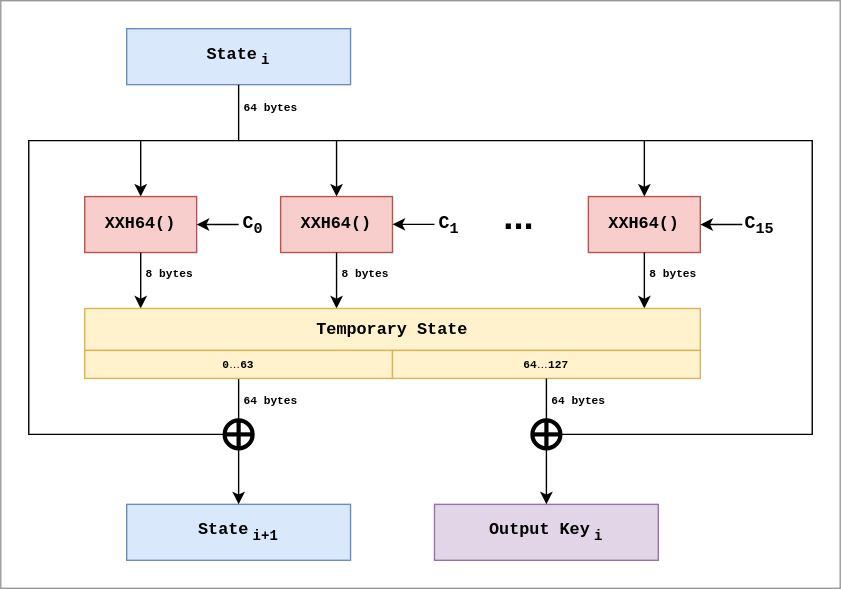
The draw.io diagram etc/images/xxh64-prng-core.svg in dEajL3kA/xxh-prng, before a commit. Source tidied: cells renumbered, new cells last; positions are measured from the earlier drawing's top-left corner, leaving out a move shared by most shapes.
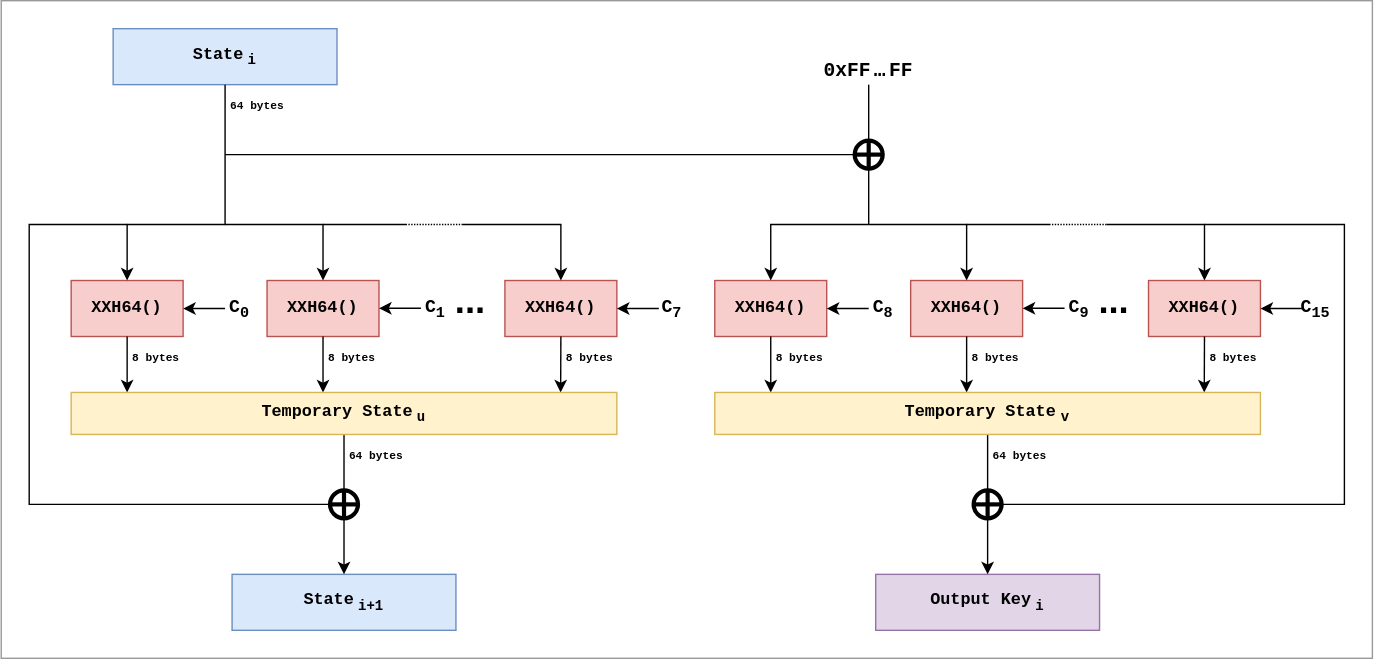
Later version of the same file.

The edit, as a diff of the source:
```diff
@@ -5,6 +5,6 @@
     <mxCell id="2" style="rounded=0;whiteSpace=wrap;html=1;fillColor=none;strokeColor=#999999;" parent="1" vertex="1">
-      <mxGeometry width="600" height="420" as="geometry" />
+      <mxGeometry x="10" y="-60" width="980" height="470" as="geometry" />
     </mxCell>
     <mxCell id="3" value="&lt;b&gt;&lt;font face=&quot;Courier New&quot;&gt;State&lt;sub&gt;&lt;font style=&quot;font-size: 5px;&quot;&gt;&amp;nbsp;&lt;/font&gt;i&lt;/sub&gt;&lt;/font&gt;&lt;/b&gt;" style="rounded=0;whiteSpace=wrap;html=1;fillColor=#dae8fc;strokeColor=#6c8ebf;" parent="1" vertex="1">
-      <mxGeometry x="90" y="20" width="160" height="40" as="geometry" />
+      <mxGeometry x="90" y="-40" width="160" height="40" as="geometry" />
     </mxCell>
@@ -33,3 +33,3 @@
     <mxCell id="8" value="&lt;font style=&quot;font-size: 26px;&quot;&gt;...&lt;/font&gt;" style="text;strokeColor=none;fillColor=none;html=1;fontSize=24;fontStyle=1;verticalAlign=middle;align=center;" parent="1" vertex="1">
-      <mxGeometry x="320" y="140" width="100" height="30" as="geometry" />
+      <mxGeometry x="320" y="140" width="50" height="30" as="geometry" />
     </mxCell>
@@ -49,3 +49,3 @@
     <mxCell id="12" value="&lt;font face=&quot;Courier New&quot; style=&quot;font-size: 8px;&quot;&gt;64 bytes&lt;/font&gt;" style="text;strokeColor=none;fillColor=none;html=1;fontSize=24;fontStyle=1;verticalAlign=middle;align=left;" parent="1" vertex="1">
-      <mxGeometry x="172" y="61" width="90" height="20" as="geometry" />
+      <mxGeometry x="172" width="90" height="20" as="geometry" />
     </mxCell>
@@ -55,3 +55,3 @@
     <mxCell id="14" value="&lt;b&gt;&lt;font face=&quot;Courier New&quot;&gt;State&lt;sub&gt;&lt;font style=&quot;font-size: 5px;&quot;&gt;&amp;nbsp;&lt;/font&gt;i+1&lt;/sub&gt;&lt;/font&gt;&lt;/b&gt;" style="rounded=0;whiteSpace=wrap;html=1;fillColor=#dae8fc;strokeColor=#6c8ebf;" parent="1" vertex="1">
-      <mxGeometry x="90" y="360" width="160" height="40" as="geometry" />
+      <mxGeometry x="175" y="350" width="160" height="40" as="geometry" />
     </mxCell>
@@ -61,5 +61,5 @@
     <mxCell id="16" style="shape=orEllipse;perimeter=ellipsePerimeter;whiteSpace=wrap;html=1;backgroundOutline=1;strokeWidth=3;" parent="1" vertex="1">
-      <mxGeometry x="160" y="300" width="20" height="20" as="geometry" />
+      <mxGeometry x="245" y="290" width="20" height="20" as="geometry" />
     </mxCell>
-    <mxCell id="17" style="endArrow=none;html=1;rounded=0;exitX=0.5;exitY=0;exitDx=0;exitDy=0;entryX=0.5;entryY=1;entryDx=0;entryDy=0;" parent="1" edge="1" source="16" target="30">
+    <mxCell id="17" style="endArrow=none;html=1;rounded=0;exitX=0.5;exitY=0;exitDx=0;exitDy=0;entryX=0.5;entryY=1;entryDx=0;entryDy=0;" parent="1" edge="1" source="16" target="29">
       <mxGeometry relative="1" as="geometry" />
@@ -70,4 +70,4 @@
         <Array as="points">
-          <mxPoint x="20" y="310" />
-          <mxPoint x="20" y="100" />
+          <mxPoint x="30" y="300" />
+          <mxPoint x="30" y="100" />
         </Array>
@@ -85,3 +85,3 @@
     <mxCell id="21" value="XXH64()" style="rounded=0;whiteSpace=wrap;html=1;fillColor=#f8cecc;strokeColor=#b85450;fontFamily=Courier New;fontStyle=1;" parent="1" vertex="1">
-      <mxGeometry x="420" y="140" width="80" height="40" as="geometry" />
+      <mxGeometry x="370" y="140" width="80" height="40" as="geometry" />
     </mxCell>
@@ -89,7 +89,7 @@
       <mxGeometry relative="1" as="geometry">
-        <mxPoint x="530" y="160" as="sourcePoint" />
+        <mxPoint x="480" y="160" as="sourcePoint" />
       </mxGeometry>
     </mxCell>
-    <mxCell id="23" value="&lt;font style=&quot;font-size: 13px;&quot; face=&quot;Courier New&quot;&gt;C&lt;sub&gt;&lt;font&gt;15&lt;/font&gt;&lt;/sub&gt;&lt;/font&gt;" style="text;strokeColor=none;fillColor=none;html=1;fontSize=24;fontStyle=1;verticalAlign=middle;align=center;" parent="1" vertex="1">
-      <mxGeometry x="532" y="140" width="20" height="30" as="geometry" />
+    <mxCell id="23" value="&lt;font style=&quot;font-size: 13px;&quot; face=&quot;Courier New&quot;&gt;C&lt;sub&gt;&lt;font&gt;7&lt;/font&gt;&lt;/sub&gt;&lt;/font&gt;" style="text;strokeColor=none;fillColor=none;html=1;fontSize=24;fontStyle=1;verticalAlign=middle;align=center;" parent="1" vertex="1">
+      <mxGeometry x="479" y="140" width="20" height="30" as="geometry" />
     </mxCell>
@@ -97,5 +97,5 @@
       <mxGeometry relative="1" as="geometry">
-        <mxPoint x="240" y="100" as="sourcePoint" />
+        <mxPoint x="340" y="100" as="sourcePoint" />
         <Array as="points">
-          <mxPoint x="460" y="100" />
+          <mxPoint x="410" y="100" />
         </Array>
@@ -111,47 +111,168 @@
     </mxCell>
-    <mxCell id="27" style="endArrow=classic;html=1;rounded=0;exitX=0.5;exitY=1;exitDx=0;exitDy=0;" parent="1" edge="1">
-      <mxGeometry relative="1" as="geometry">
-        <mxPoint x="460" y="180" as="sourcePoint" />
-        <mxPoint x="460" y="220" as="targetPoint" />
-      </mxGeometry>
+    <mxCell id="27" style="endArrow=classic;html=1;rounded=0;exitX=0.5;exitY=1;exitDx=0;exitDy=0;entryX=0.897;entryY=0;entryDx=0;entryDy=0;entryPerimeter=0;" parent="1" edge="1" source="21" target="29">
+      <mxGeometry relative="1" as="geometry" />
     </mxCell>
     <mxCell id="28" value="&lt;font style=&quot;font-size: 8px;&quot; face=&quot;Courier New&quot;&gt;8&lt;/font&gt;&lt;font style=&quot;font-size: 8px;&quot; face=&quot;Courier New&quot;&gt;&amp;nbsp;&lt;/font&gt;&lt;font face=&quot;Courier New&quot; style=&quot;font-size: 8px;&quot;&gt;bytes&lt;/font&gt;" style="text;strokeColor=none;fillColor=none;html=1;fontSize=24;fontStyle=1;verticalAlign=middle;align=left;" parent="1" vertex="1">
-      <mxGeometry x="462" y="180" width="90" height="20" as="geometry" />
+      <mxGeometry x="412" y="180" width="90" height="20" as="geometry" />
     </mxCell>
-    <mxCell id="29" value="&lt;font face=&quot;Courier New&quot;&gt;&lt;b&gt;Temporary State&lt;/b&gt;&lt;/font&gt;" style="rounded=0;whiteSpace=wrap;html=1;fillColor=#fff2cc;strokeColor=#d6b656;" parent="1" vertex="1">
-      <mxGeometry x="60" y="220" width="440" height="30" as="geometry" />
+    <mxCell id="29" value="&lt;font face=&quot;Courier New&quot;&gt;&lt;b&gt;Temporary State&lt;sub&gt;&lt;font style=&quot;font-size: 5px;&quot;&gt;&amp;nbsp;&lt;/font&gt;u&lt;/sub&gt;&lt;/b&gt;&lt;/font&gt;" style="rounded=0;whiteSpace=wrap;html=1;fillColor=#fff2cc;strokeColor=#d6b656;" parent="1" vertex="1">
+      <mxGeometry x="60" y="220" width="390" height="30" as="geometry" />
     </mxCell>
-    <mxCell id="30" value="&lt;font style=&quot;font-size: 8px;&quot; face=&quot;Courier New&quot;&gt;&lt;b&gt;&lt;font&gt;&lt;font&gt;0&lt;/font&gt;&lt;/font&gt;&lt;/b&gt;&lt;/font&gt;&lt;font style=&quot;font-size: 8px;&quot;&gt;…&lt;font face=&quot;Courier New&quot;&gt;&lt;b&gt;63&lt;/b&gt;&lt;/font&gt;&lt;/font&gt;" style="rounded=0;whiteSpace=wrap;html=1;fillColor=#fff2cc;strokeColor=#d6b656;fontSize=11;spacingBottom=0;spacingTop=-3;" parent="1" vertex="1">
-      <mxGeometry x="60" y="250" width="220" height="20" as="geometry" />
-    </mxCell>
-    <mxCell id="31" value="&lt;font style=&quot;font-size: 8px;&quot; face=&quot;Courier New&quot;&gt;&lt;b&gt;64&lt;/b&gt;&lt;/font&gt;&lt;font style=&quot;font-size: 8px;&quot;&gt;…&lt;font face=&quot;Courier New&quot;&gt;&lt;b&gt;127&lt;/b&gt;&lt;/font&gt;&lt;/font&gt;" style="rounded=0;whiteSpace=wrap;html=1;fillColor=#fff2cc;strokeColor=#d6b656;fontSize=11;spacingBottom=0;spacingTop=-3;" parent="1" vertex="1">
-      <mxGeometry x="280" y="250" width="220" height="20" as="geometry" />
-    </mxCell>
-    <mxCell id="32" style="shape=orEllipse;perimeter=ellipsePerimeter;whiteSpace=wrap;html=1;backgroundOutline=1;strokeWidth=3;" parent="1" vertex="1">
-      <mxGeometry x="380" y="300" width="20" height="20" as="geometry" />
-    </mxCell>
     <mxCell id="33" value="&lt;font face=&quot;Courier New&quot; style=&quot;font-size: 8px;&quot;&gt;64 bytes&lt;/font&gt;" style="text;strokeColor=none;fillColor=none;html=1;fontSize=24;fontStyle=1;verticalAlign=middle;align=left;" parent="1" vertex="1">
-      <mxGeometry x="172" y="271" width="90" height="20" as="geometry" />
+      <mxGeometry x="257" y="250" width="90" height="20" as="geometry" />
     </mxCell>
-    <mxCell id="34" style="endArrow=none;html=1;rounded=0;exitX=0.5;exitY=0;exitDx=0;exitDy=0;entryX=0.5;entryY=1;entryDx=0;entryDy=0;" parent="1" edge="1" source="32" target="31">
-      <mxGeometry relative="1" as="geometry" />
-    </mxCell>
+    <mxCell id="37" value="&lt;font face=&quot;Courier New&quot;&gt;&lt;b&gt;Output Key&lt;/b&gt;&lt;/font&gt;&lt;b&gt;&lt;font face=&quot;Courier New&quot;&gt;&lt;sub&gt;&lt;font style=&quot;font-size: 5px;&quot;&gt;&amp;nbsp;&lt;/font&gt;i&lt;/sub&gt;&lt;/font&gt;&lt;/b&gt;" style="rounded=0;whiteSpace=wrap;html=1;fillColor=#e1d5e7;strokeColor=#9673a6;" parent="1" vertex="1">
+      <mxGeometry x="635" y="350" width="160" height="40" as="geometry" />
+    </mxCell>
+    <mxCell id="39" value="XXH64()" style="rounded=0;whiteSpace=wrap;html=1;fillColor=#f8cecc;strokeColor=#b85450;fontFamily=Courier New;fontStyle=1;" parent="1" vertex="1">
+      <mxGeometry x="520" y="140" width="80" height="40" as="geometry" />
+    </mxCell>
+    <mxCell id="40" value="XXH64()" style="rounded=0;whiteSpace=wrap;html=1;fillColor=#f8cecc;strokeColor=#b85450;fontFamily=Courier New;fontStyle=1;" parent="1" vertex="1">
+      <mxGeometry x="660" y="140" width="80" height="40" as="geometry" />
+    </mxCell>
+    <mxCell id="41" style="endArrow=classic;html=1;rounded=0;entryX=0.5;entryY=0;entryDx=0;entryDy=0;" parent="1" edge="1" target="39">
+      <mxGeometry relative="1" as="geometry">
+        <mxPoint x="630" y="100" as="sourcePoint" />
+        <Array as="points">
+          <mxPoint x="630" y="100" />
+          <mxPoint x="560" y="100" />
+        </Array>
+      </mxGeometry>
+    </mxCell>
+    <mxCell id="42" style="endArrow=classic;html=1;rounded=0;entryX=0.5;entryY=0;entryDx=0;entryDy=0;" parent="1" edge="1" target="40">
+      <mxGeometry relative="1" as="geometry">
+        <mxPoint x="630" y="100" as="sourcePoint" />
+        <Array as="points">
+          <mxPoint x="700" y="100" />
+        </Array>
+      </mxGeometry>
+    </mxCell>
+    <mxCell id="43" value="&lt;font style=&quot;font-size: 26px;&quot;&gt;...&lt;/font&gt;" style="text;strokeColor=none;fillColor=none;html=1;fontSize=24;fontStyle=1;verticalAlign=middle;align=center;" parent="1" vertex="1">
+      <mxGeometry x="780" y="140" width="50" height="30" as="geometry" />
+    </mxCell>
+    <mxCell id="44" style="endArrow=classic;html=1;rounded=0;entryX=1;entryY=0.5;entryDx=0;entryDy=0;" parent="1" edge="1" target="39">
+      <mxGeometry relative="1" as="geometry">
+        <mxPoint x="630" y="160" as="sourcePoint" />
+      </mxGeometry>
+    </mxCell>
+    <mxCell id="45" value="&lt;font style=&quot;font-size: 13px;&quot; face=&quot;Courier New&quot;&gt;C&lt;sub&gt;8&lt;/sub&gt;&lt;/font&gt;" style="text;strokeColor=none;fillColor=none;html=1;fontSize=24;fontStyle=1;verticalAlign=middle;align=center;" parent="1" vertex="1">
+      <mxGeometry x="630" y="140" width="20" height="30" as="geometry" />
+    </mxCell>
+    <mxCell id="46" style="endArrow=classic;html=1;rounded=0;exitX=0.5;exitY=1;exitDx=0;exitDy=0;" parent="1" edge="1" source="39">
+      <mxGeometry relative="1" as="geometry">
+        <mxPoint x="560" y="220" as="targetPoint" />
+      </mxGeometry>
+    </mxCell>
+    <mxCell id="47" value="&lt;font style=&quot;font-size: 8px;&quot; face=&quot;Courier New&quot;&gt;8&lt;/font&gt;&lt;font style=&quot;font-size: 8px;&quot; face=&quot;Courier New&quot;&gt;&amp;nbsp;&lt;/font&gt;&lt;font face=&quot;Courier New&quot; style=&quot;font-size: 8px;&quot;&gt;bytes&lt;/font&gt;" style="text;strokeColor=none;fillColor=none;html=1;fontSize=24;fontStyle=1;verticalAlign=middle;align=left;" parent="1" vertex="1">
+      <mxGeometry x="562" y="180" width="90" height="20" as="geometry" />
+    </mxCell>
+    <mxCell id="48" style="endArrow=classic;html=1;rounded=0;exitX=0.5;exitY=1;exitDx=0;exitDy=0;entryX=0.5;entryY=0;entryDx=0;entryDy=0;" parent="1" edge="1" source="49" target="37">
+      <mxGeometry relative="1" as="geometry" />
+    </mxCell>
+    <mxCell id="49" style="shape=orEllipse;perimeter=ellipsePerimeter;whiteSpace=wrap;html=1;backgroundOutline=1;strokeWidth=3;" parent="1" vertex="1">
+      <mxGeometry x="705" y="290" width="20" height="20" as="geometry" />
+    </mxCell>
+    <mxCell id="50" style="endArrow=none;html=1;rounded=0;exitX=0.5;exitY=0;exitDx=0;exitDy=0;entryX=0.5;entryY=1;entryDx=0;entryDy=0;" parent="1" edge="1" source="49" target="62">
+      <mxGeometry relative="1" as="geometry" />
+    </mxCell>
+    <mxCell id="51" style="endArrow=none;html=1;rounded=0;exitX=1;exitY=0.5;exitDx=0;exitDy=0;" parent="1" edge="1" source="49">
+      <mxGeometry relative="1" as="geometry">
+        <mxPoint x="870" y="100" as="targetPoint" />
+        <Array as="points">
+          <mxPoint x="970" y="300" />
+          <mxPoint x="970" y="100" />
+        </Array>
+      </mxGeometry>
+    </mxCell>
+    <mxCell id="52" style="endArrow=classic;html=1;rounded=0;entryX=1;entryY=0.5;entryDx=0;entryDy=0;" parent="1" edge="1">
+      <mxGeometry relative="1" as="geometry">
+        <mxPoint x="770" y="159.9" as="sourcePoint" />
+        <mxPoint x="740" y="159.9" as="targetPoint" />
+      </mxGeometry>
+    </mxCell>
+    <mxCell id="53" value="&lt;font style=&quot;font-size: 13px;&quot; face=&quot;Courier New&quot;&gt;C&lt;sub&gt;9&lt;/sub&gt;&lt;/font&gt;" style="text;strokeColor=none;fillColor=none;html=1;fontSize=24;fontStyle=1;verticalAlign=middle;align=center;" parent="1" vertex="1">
+      <mxGeometry x="770" y="140" width="20" height="30" as="geometry" />
+    </mxCell>
+    <mxCell id="54" value="XXH64()" style="rounded=0;whiteSpace=wrap;html=1;fillColor=#f8cecc;strokeColor=#b85450;fontFamily=Courier New;fontStyle=1;" parent="1" vertex="1">
+      <mxGeometry x="830" y="140" width="80" height="40" as="geometry" />
+    </mxCell>
+    <mxCell id="55" style="endArrow=classic;html=1;rounded=0;entryX=1;entryY=0.5;entryDx=0;entryDy=0;" parent="1" edge="1" target="54">
+      <mxGeometry relative="1" as="geometry">
+        <mxPoint x="940" y="160" as="sourcePoint" />
+      </mxGeometry>
+    </mxCell>
+    <mxCell id="56" value="&lt;font style=&quot;font-size: 13px;&quot; face=&quot;Courier New&quot;&gt;C&lt;sub&gt;15&lt;/sub&gt;&lt;/font&gt;" style="text;strokeColor=none;fillColor=none;html=1;fontSize=24;fontStyle=1;verticalAlign=middle;align=center;" parent="1" vertex="1">
+      <mxGeometry x="939" y="140" width="20" height="30" as="geometry" />
+    </mxCell>
+    <mxCell id="57" style="endArrow=classic;html=1;rounded=0;entryX=0.5;entryY=0;entryDx=0;entryDy=0;" parent="1" edge="1" target="54">
+      <mxGeometry relative="1" as="geometry">
+        <mxPoint x="800" y="100" as="sourcePoint" />
+        <Array as="points">
+          <mxPoint x="870" y="100" />
+        </Array>
+      </mxGeometry>
+    </mxCell>
+    <mxCell id="58" style="endArrow=classic;html=1;rounded=0;exitX=0.5;exitY=1;exitDx=0;exitDy=0;" parent="1" edge="1" source="40">
+      <mxGeometry relative="1" as="geometry">
+        <mxPoint x="700" y="220" as="targetPoint" />
+      </mxGeometry>
+    </mxCell>
+    <mxCell id="59" value="&lt;font style=&quot;font-size: 8px;&quot; face=&quot;Courier New&quot;&gt;8&lt;/font&gt;&lt;font style=&quot;font-size: 8px;&quot; face=&quot;Courier New&quot;&gt;&amp;nbsp;&lt;/font&gt;&lt;font face=&quot;Courier New&quot; style=&quot;font-size: 8px;&quot;&gt;bytes&lt;/font&gt;" style="text;strokeColor=none;fillColor=none;html=1;fontSize=24;fontStyle=1;verticalAlign=middle;align=left;" parent="1" vertex="1">
+      <mxGeometry x="702" y="180" width="90" height="20" as="geometry" />
+    </mxCell>
+    <mxCell id="60" style="endArrow=classic;html=1;rounded=0;exitX=0.5;exitY=1;exitDx=0;exitDy=0;entryX=0.897;entryY=0;entryDx=0;entryDy=0;entryPerimeter=0;" parent="1" edge="1" source="54" target="62">
+      <mxGeometry relative="1" as="geometry" />
+    </mxCell>
+    <mxCell id="61" value="&lt;font style=&quot;font-size: 8px;&quot; face=&quot;Courier New&quot;&gt;8&lt;/font&gt;&lt;font style=&quot;font-size: 8px;&quot; face=&quot;Courier New&quot;&gt;&amp;nbsp;&lt;/font&gt;&lt;font face=&quot;Courier New&quot; style=&quot;font-size: 8px;&quot;&gt;bytes&lt;/font&gt;" style="text;strokeColor=none;fillColor=none;html=1;fontSize=24;fontStyle=1;verticalAlign=middle;align=left;" parent="1" vertex="1">
+      <mxGeometry x="872" y="180" width="90" height="20" as="geometry" />
+    </mxCell>
+    <mxCell id="62" value="&lt;font face=&quot;Courier New&quot;&gt;&lt;b&gt;Temporary State&lt;sub&gt;&lt;font style=&quot;font-size: 6px;&quot;&gt;&amp;nbsp;&lt;/font&gt;v&lt;/sub&gt;&lt;/b&gt;&lt;/font&gt;" style="rounded=0;whiteSpace=wrap;html=1;fillColor=#fff2cc;strokeColor=#d6b656;" parent="1" vertex="1">
+      <mxGeometry x="520" y="220" width="390" height="30" as="geometry" />
+    </mxCell>
     <mxCell id="35" value="&lt;font face=&quot;Courier New&quot; style=&quot;font-size: 8px;&quot;&gt;64 bytes&lt;/font&gt;" style="text;strokeColor=none;fillColor=none;html=1;fontSize=24;fontStyle=1;verticalAlign=middle;align=left;" parent="1" vertex="1">
-      <mxGeometry x="392" y="271" width="90" height="20" as="geometry" />
+      <mxGeometry x="717" y="250" width="90" height="20" as="geometry" />
     </mxCell>
-    <mxCell id="36" style="endArrow=none;html=1;rounded=0;exitX=1;exitY=0.5;exitDx=0;exitDy=0;" parent="1" edge="1" source="32">
-      <mxGeometry relative="1" as="geometry">
-        <mxPoint x="460" y="100" as="targetPoint" />
-        <Array as="points">
-          <mxPoint x="580" y="310" />
-          <mxPoint x="580" y="100" />
-        </Array>
-      </mxGeometry>
-    </mxCell>
-    <mxCell id="37" value="&lt;font face=&quot;Courier New&quot;&gt;&lt;b&gt;Output Key&lt;/b&gt;&lt;/font&gt;&lt;b&gt;&lt;font face=&quot;Courier New&quot;&gt;&lt;sub&gt;&lt;font style=&quot;font-size: 5px;&quot;&gt;&amp;nbsp;&lt;/font&gt;i&lt;/sub&gt;&lt;/font&gt;&lt;/b&gt;" style="rounded=0;whiteSpace=wrap;html=1;fillColor=#e1d5e7;strokeColor=#9673a6;" parent="1" vertex="1">
-      <mxGeometry x="310" y="360" width="160" height="40" as="geometry" />
-    </mxCell>
-    <mxCell id="38" style="endArrow=classic;html=1;rounded=0;exitX=0.5;exitY=1;exitDx=0;exitDy=0;" parent="1" edge="1" source="32" target="37">
-      <mxGeometry relative="1" as="geometry" />
-    </mxCell>
+    <mxCell id="63" style="endArrow=none;html=1;rounded=0;" parent="1" edge="1">
+      <mxGeometry relative="1" as="geometry">
+        <mxPoint x="300" y="100" as="sourcePoint" />
+        <mxPoint x="240" y="100" as="targetPoint" />
+      </mxGeometry>
+    </mxCell>
+    <mxCell id="64" style="endArrow=none;dashed=1;html=1;dashPattern=1 1;strokeWidth=1;rounded=0;" parent="1" edge="1">
+      <mxGeometry relative="1" as="geometry">
+        <mxPoint x="340" y="100" as="sourcePoint" />
+        <mxPoint x="300" y="100" as="targetPoint" />
+      </mxGeometry>
+    </mxCell>
+    <mxCell id="65" style="endArrow=none;dashed=1;html=1;dashPattern=1 1;strokeWidth=1;rounded=0;" parent="1" edge="1">
+      <mxGeometry relative="1" as="geometry">
+        <mxPoint x="800" y="100" as="sourcePoint" />
+        <mxPoint x="760" y="100" as="targetPoint" />
+      </mxGeometry>
+    </mxCell>
+    <mxCell id="66" style="endArrow=none;html=1;rounded=0;" parent="1" edge="1">
+      <mxGeometry relative="1" as="geometry">
+        <mxPoint x="760" y="100" as="sourcePoint" />
+        <mxPoint x="700" y="100" as="targetPoint" />
+      </mxGeometry>
+    </mxCell>
+    <mxCell id="67" style="endArrow=none;html=1;rounded=0;exitX=0.5;exitY=1;exitDx=0;exitDy=0;" parent="1" edge="1" source="69">
+      <mxGeometry relative="1" as="geometry">
+        <mxPoint x="630" y="100" as="targetPoint" />
+      </mxGeometry>
+    </mxCell>
+    <mxCell id="68" style="endArrow=none;html=1;rounded=0;entryX=0;entryY=0.5;entryDx=0;entryDy=0;" parent="1" edge="1" target="69">
+      <mxGeometry relative="1" as="geometry">
+        <mxPoint x="170" y="50" as="sourcePoint" />
+      </mxGeometry>
+    </mxCell>
+    <mxCell id="69" style="shape=orEllipse;perimeter=ellipsePerimeter;whiteSpace=wrap;html=1;backgroundOutline=1;strokeWidth=3;" parent="1" vertex="1">
+      <mxGeometry x="620" y="40" width="20" height="20" as="geometry" />
+    </mxCell>
+    <mxCell id="70" value="&lt;font style=&quot;font-size: 14px;&quot; face=&quot;Courier New&quot;&gt;0xFF&lt;/font&gt;&lt;font style=&quot;font-size: 4px;&quot; face=&quot;Courier New&quot;&gt; &lt;/font&gt;&lt;font style=&quot;font-size: 14px;&quot; face=&quot;Courier New&quot;&gt;…&lt;/font&gt;&lt;font style=&quot;font-size: 4px;&quot; face=&quot;Courier New&quot;&gt; &lt;/font&gt;&lt;font style=&quot;font-size: 14px;&quot; face=&quot;Courier New&quot;&gt;FF&lt;/font&gt;" style="text;html=1;align=center;verticalAlign=middle;whiteSpace=wrap;rounded=0;fontFamily=Courier New;fontStyle=1;fontSize=13;" parent="1" vertex="1">
+      <mxGeometry x="585" y="-20" width="90" height="20" as="geometry" />
+    </mxCell>
+    <mxCell id="71" style="endArrow=none;html=1;rounded=0;entryX=0.5;entryY=1;entryDx=0;entryDy=0;exitX=0.5;exitY=0;exitDx=0;exitDy=0;" parent="1" edge="1" source="69" target="70">
+      <mxGeometry relative="1" as="geometry" />
+    </mxCell>
   </root>
```
